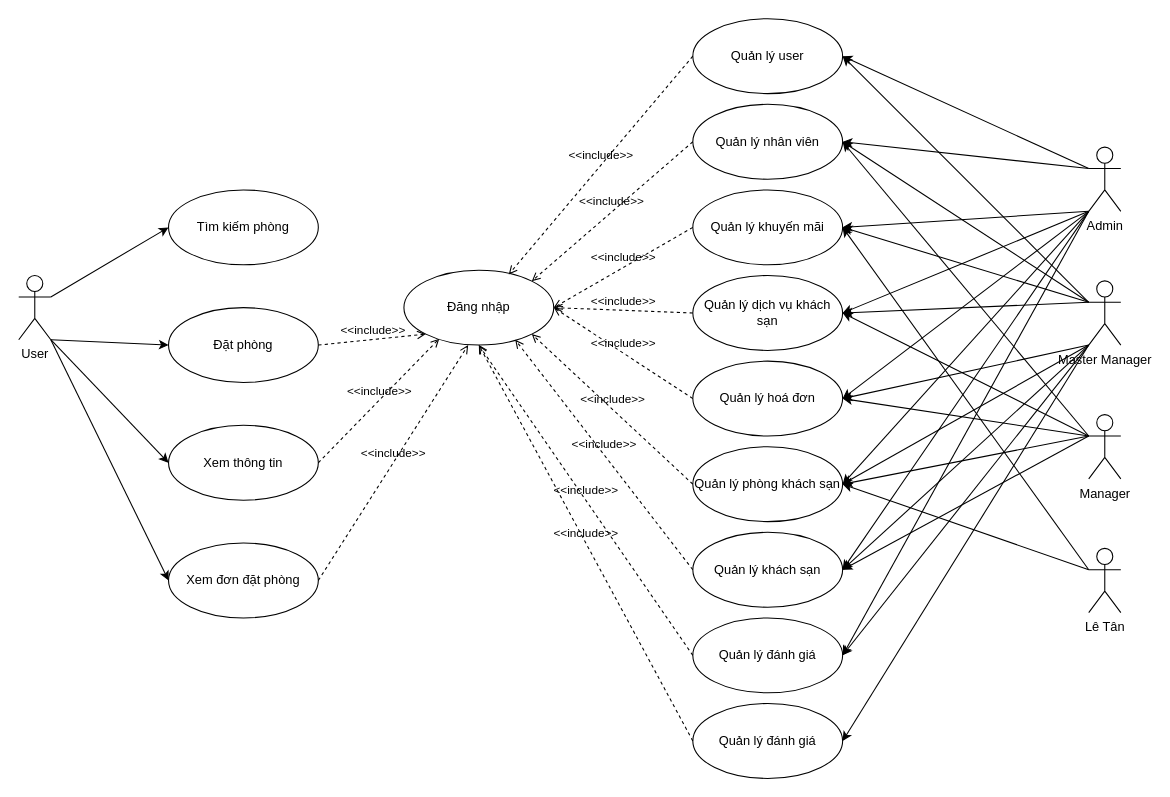
The draw.io diagram doan/doan_usecase.drawio in alikuxac/alikuxac, before the edit. Source tidied: cells renumbered, new cells numbered last; positions are measured from the earlier drawing's top-left corner, leaving out a move shared by most shapes. Both pictures are drawn from the tidied source at 107%, with x=0, y=0 at pixel (18, 18).
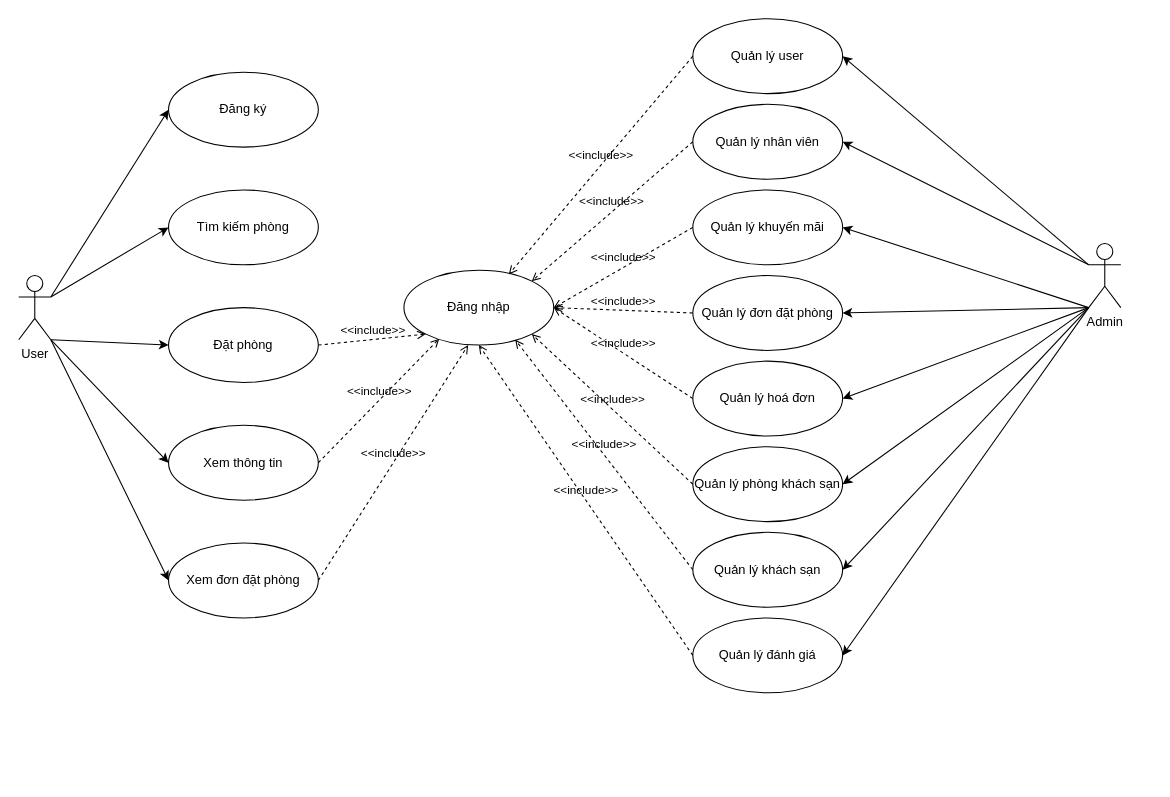
Above is the later version.

The change refers to these unchanged cells:
```xml
<mxCell id="2" value="User" style="shape=umlActor;verticalLabelPosition=bottom;verticalAlign=top;html=1;" parent="1" vertex="1">
  <mxGeometry y="240" width="30" height="60" as="geometry" />
</mxCell>
<mxCell id="4" value="Đăng nhập" style="ellipse;whiteSpace=wrap;html=1;" parent="1" vertex="1">
  <mxGeometry x="360" y="235" width="140" height="70" as="geometry" />
</mxCell>
<mxCell id="5" value="Quản lý khách sạn" style="ellipse;whiteSpace=wrap;html=1;" parent="1" vertex="1">
  <mxGeometry x="630" y="480" width="140" height="70" as="geometry" />
</mxCell>
<mxCell id="6" value="Quản lý phòng khách sạn" style="ellipse;whiteSpace=wrap;html=1;" parent="1" vertex="1">
  <mxGeometry x="630" y="400" width="140" height="70" as="geometry" />
</mxCell>
<mxCell id="14" value="Quản lý hoá đơn" style="ellipse;whiteSpace=wrap;html=1;" parent="1" vertex="1">
  <mxGeometry x="630" y="320" width="140" height="70" as="geometry" />
</mxCell>
<mxCell id="22" value="Quản lý khuyến mãi" style="ellipse;whiteSpace=wrap;html=1;" parent="1" vertex="1">
  <mxGeometry x="630" y="160" width="140" height="70" as="geometry" />
</mxCell>
<mxCell id="25" value="Quản lý nhân viên" style="ellipse;whiteSpace=wrap;html=1;" parent="1" vertex="1">
  <mxGeometry x="630" y="80" width="140" height="70" as="geometry" />
</mxCell>
<mxCell id="28" value="Quản lý user" style="ellipse;whiteSpace=wrap;html=1;" parent="1" vertex="1">
  <mxGeometry x="630" width="140" height="70" as="geometry" />
</mxCell>
<mxCell id="41" value="Quản lý đánh giá" style="ellipse;whiteSpace=wrap;html=1;" parent="1" vertex="1">
  <mxGeometry x="630" y="560" width="140" height="70" as="geometry" />
</mxCell>
```

Diff of the diagram source:
```diff
@@
     <mxCell id="3" value="Admin" style="shape=umlActor;verticalLabelPosition=bottom;verticalAlign=top;html=1;" parent="1" vertex="1">
-      <mxGeometry x="1000" y="120" width="30" height="60" as="geometry" />
+      <mxGeometry x="1000" y="210" width="30" height="60" as="geometry" />
     </mxCell>
@@
-    <mxCell id="16" value="Quản lý dịch vụ khách sạn" style="ellipse;whiteSpace=wrap;html=1;" parent="1" vertex="1">
+    <mxCell id="16" value="Quản lý đơn đặt phòng" style="ellipse;whiteSpace=wrap;html=1;" parent="1" vertex="1">
       <mxGeometry x="630" y="240" width="140" height="70" as="geometry" />
     </mxCell>
@@
-    <mxCell id="37" value="Manager" style="shape=umlActor;verticalLabelPosition=bottom;verticalAlign=top;html=1;outlineConnect=0;" parent="1" vertex="1">
-      <mxGeometry x="1000" y="370" width="30" height="60" as="geometry" />
-    </mxCell>
-    <mxCell id="38" style="endArrow=classic;html=1;rounded=0;exitX=0;exitY=0.3333333333333333;exitDx=0;exitDy=0;exitPerimeter=0;entryX=1;entryY=0.5;entryDx=0;entryDy=0;" parent="1" edge="1" source="37" target="16">
-      <mxGeometry relative="1" as="geometry" />
-    </mxCell>
-    <mxCell id="39" style="endArrow=classic;html=1;rounded=0;exitX=0;exitY=0.3333333333333333;exitDx=0;exitDy=0;exitPerimeter=0;entryX=1;entryY=0.5;entryDx=0;entryDy=0;" parent="1" edge="1" source="37" target="14">
-      <mxGeometry relative="1" as="geometry" />
-    </mxCell>
-    <mxCell id="40" style="endArrow=classic;html=1;rounded=0;exitX=0;exitY=0.3333333333333333;exitDx=0;exitDy=0;exitPerimeter=0;entryX=1;entryY=0.5;entryDx=0;entryDy=0;" parent="1" edge="1" source="37" target="5">
-      <mxGeometry relative="1" as="geometry" />
-    </mxCell>
@@
-    <mxCell id="44" value="Lê Tân" style="shape=umlActor;verticalLabelPosition=bottom;verticalAlign=top;html=1;outlineConnect=0;" parent="1" vertex="1">
-      <mxGeometry x="1000" y="495" width="30" height="60" as="geometry" />
-    </mxCell>
-    <mxCell id="45" style="endArrow=classic;html=1;rounded=0;exitX=0;exitY=0.3333333333333333;exitDx=0;exitDy=0;exitPerimeter=0;entryX=1;entryY=0.5;entryDx=0;entryDy=0;" parent="1" edge="1" source="37" target="6">
-      <mxGeometry relative="1" as="geometry" />
-    </mxCell>
-    <mxCell id="46" style="endArrow=classic;html=1;rounded=0;exitX=0;exitY=0.3333333333333333;exitDx=0;exitDy=0;exitPerimeter=0;entryX=1;entryY=0.5;entryDx=0;entryDy=0;" parent="1" edge="1" source="44" target="6">
-      <mxGeometry relative="1" as="geometry" />
-    </mxCell>
-    <mxCell id="47" style="endArrow=classic;html=1;rounded=0;exitX=0;exitY=0.3333333333333333;exitDx=0;exitDy=0;exitPerimeter=0;entryX=1;entryY=0.5;entryDx=0;entryDy=0;" parent="1" edge="1" source="37" target="25">
-      <mxGeometry relative="1" as="geometry" />
-    </mxCell>
-    <mxCell id="48" value="Master Manager" style="shape=umlActor;verticalLabelPosition=bottom;verticalAlign=top;html=1;outlineConnect=0;" parent="1" vertex="1">
-      <mxGeometry x="1000" y="245" width="30" height="60" as="geometry" />
-    </mxCell>
-    <mxCell id="49" style="endArrow=classic;html=1;rounded=0;entryX=1;entryY=0.5;entryDx=0;entryDy=0;exitX=0;exitY=0.3333333333333333;exitDx=0;exitDy=0;exitPerimeter=0;" parent="1" edge="1" source="48" target="28">
-      <mxGeometry relative="1" as="geometry" />
-    </mxCell>
-    <mxCell id="50" style="endArrow=classic;html=1;rounded=0;entryX=1;entryY=0.5;entryDx=0;entryDy=0;exitX=0;exitY=0.3333333333333333;exitDx=0;exitDy=0;exitPerimeter=0;" parent="1" edge="1" source="48" target="25">
-      <mxGeometry relative="1" as="geometry" />
-    </mxCell>
-    <mxCell id="51" style="endArrow=classic;html=1;rounded=0;entryX=1;entryY=0.5;entryDx=0;entryDy=0;exitX=0;exitY=0.3333333333333333;exitDx=0;exitDy=0;exitPerimeter=0;" parent="1" edge="1" source="48" target="22">
-      <mxGeometry relative="1" as="geometry" />
-    </mxCell>
-    <mxCell id="52" style="endArrow=classic;html=1;rounded=0;entryX=1;entryY=0.5;entryDx=0;entryDy=0;exitX=0;exitY=0.3333333333333333;exitDx=0;exitDy=0;exitPerimeter=0;" parent="1" edge="1" source="48" target="16">
-      <mxGeometry relative="1" as="geometry" />
-    </mxCell>
-    <mxCell id="53" style="endArrow=classic;html=1;rounded=0;entryX=1;entryY=0.5;entryDx=0;entryDy=0;exitX=0;exitY=1;exitDx=0;exitDy=0;exitPerimeter=0;" parent="1" edge="1" source="48" target="41">
-      <mxGeometry relative="1" as="geometry" />
-    </mxCell>
-    <mxCell id="54" style="endArrow=classic;html=1;rounded=0;entryX=1;entryY=0.5;entryDx=0;entryDy=0;exitX=0;exitY=1;exitDx=0;exitDy=0;exitPerimeter=0;" parent="1" edge="1" source="48" target="5">
-      <mxGeometry relative="1" as="geometry" />
-    </mxCell>
-    <mxCell id="55" style="endArrow=classic;html=1;rounded=0;entryX=1;entryY=0.5;entryDx=0;entryDy=0;exitX=0;exitY=1;exitDx=0;exitDy=0;exitPerimeter=0;" parent="1" edge="1" source="48" target="6">
-      <mxGeometry relative="1" as="geometry" />
-    </mxCell>
-    <mxCell id="56" style="endArrow=classic;html=1;rounded=0;entryX=1;entryY=0.5;entryDx=0;entryDy=0;exitX=0;exitY=1;exitDx=0;exitDy=0;exitPerimeter=0;" parent="1" edge="1" source="48" target="14">
-      <mxGeometry relative="1" as="geometry" />
-    </mxCell>
-    <mxCell id="57" style="endArrow=classic;html=1;rounded=0;exitX=0;exitY=0.3333333333333333;exitDx=0;exitDy=0;exitPerimeter=0;entryX=1;entryY=0.5;entryDx=0;entryDy=0;" parent="1" edge="1" source="44" target="22">
-      <mxGeometry relative="1" as="geometry" />
-    </mxCell>
-    <mxCell id="58" value="Quản lý đánh giá" style="ellipse;whiteSpace=wrap;html=1;" parent="1" vertex="1">
-      <mxGeometry x="630" y="640" width="140" height="70" as="geometry" />
-    </mxCell>
-    <mxCell id="59" value="&amp;lt;&amp;lt;include&amp;gt;&amp;gt;" style="html=1;verticalAlign=bottom;labelBackgroundColor=none;endArrow=open;endFill=0;dashed=1;rounded=0;exitX=0;exitY=0.5;exitDx=0;exitDy=0;entryX=0.5;entryY=1;entryDx=0;entryDy=0;" parent="1" edge="1" source="58" target="4">
-      <mxGeometry relative="1" as="geometry" />
-    </mxCell>
-    <mxCell id="60" style="endArrow=classic;html=1;rounded=0;entryX=1;entryY=0.5;entryDx=0;entryDy=0;exitX=0;exitY=1;exitDx=0;exitDy=0;exitPerimeter=0;" parent="1" edge="1" source="48" target="58">
-      <mxGeometry relative="1" as="geometry" />
-    </mxCell>
+    <mxCell id="61" value="Đăng ký" style="ellipse;whiteSpace=wrap;html=1;" parent="1" vertex="1">
+      <mxGeometry x="140" y="50" width="140" height="70" as="geometry" />
+    </mxCell>
+    <mxCell id="62" style="endArrow=classic;html=1;rounded=0;exitX=1;exitY=0.3333333333333333;exitDx=0;exitDy=0;exitPerimeter=0;entryX=0;entryY=0.5;entryDx=0;entryDy=0;" parent="1" edge="1" source="2" target="61">
+      <mxGeometry relative="1" as="geometry" />
+    </mxCell>
```
